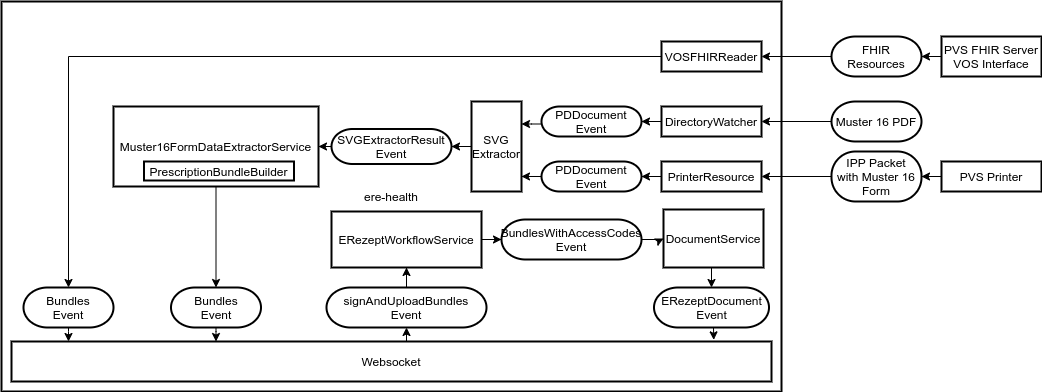
Above: img/internal-structure.png in ere-health/architecture (draw.io), before the change. Source tidied: cells renumbered, new cells last; positions are measured from the earlier drawing's top-left corner, leaving out a move shared by most shapes. Its diagram source:
```xml
<mxGraphModel>
  <root>
    <mxCell id="0" />
    <mxCell id="1" parent="0" />
    <mxCell id="2" value="ere-health" style="shape=agent;offsetSize=8;strokeWidth=2;" parent="1" vertex="1">
      <mxGeometry width="780" height="390" as="geometry" />
    </mxCell>
    <mxCell id="3" style="edgeStyle=orthogonalEdgeStyle;rounded=0;jettySize=auto;html=1;" parent="1" edge="1" source="4" target="41">
      <mxGeometry relative="1" as="geometry">
        <Array as="points">
          <mxPoint x="405" y="330" />
          <mxPoint x="405" y="330" />
        </Array>
      </mxGeometry>
    </mxCell>
    <mxCell id="4" value="Websocket" style="shape=agent;offsetSize=8;strokeWidth=2;" parent="1" vertex="1">
      <mxGeometry x="10" y="340" width="760" height="40" as="geometry" />
    </mxCell>
    <mxCell id="5" style="edgeStyle=orthogonalEdgeStyle;rounded=0;jettySize=auto;html=1;" parent="1" edge="1" source="6" target="4">
      <mxGeometry relative="1" as="geometry">
        <Array as="points">
          <mxPoint x="215" y="330" />
          <mxPoint x="215" y="330" />
        </Array>
      </mxGeometry>
    </mxCell>
    <mxCell id="6" value="Bundles&lt;br&gt;Event" style="rounded=1;whiteSpace=wrap;html=1;arcSize=60;strokeWidth=2;" parent="1" vertex="1">
      <mxGeometry x="169.5" y="286" width="90" height="40" as="geometry" />
    </mxCell>
    <mxCell id="7" style="edgeStyle=orthogonalEdgeStyle;rounded=0;jettySize=auto;html=1;" parent="1" edge="1" source="8" target="26">
      <mxGeometry relative="1" as="geometry" />
    </mxCell>
    <mxCell id="8" value="PrinterResource" style="shape=agent;offsetSize=8;strokeWidth=2;" parent="1" vertex="1">
      <mxGeometry x="660" y="160" width="100" height="30" as="geometry" />
    </mxCell>
    <mxCell id="9" style="edgeStyle=orthogonalEdgeStyle;rounded=0;jettySize=auto;html=1;" parent="1" edge="1" source="10" target="8">
      <mxGeometry relative="1" as="geometry" />
    </mxCell>
    <mxCell id="10" value="IPP Packet&lt;br&gt;with Muster 16 Form" style="rounded=1;whiteSpace=wrap;html=1;arcSize=48;strokeWidth=2;" parent="1" vertex="1">
      <mxGeometry x="830" y="150" width="90" height="50" as="geometry" />
    </mxCell>
    <mxCell id="11" style="edgeStyle=orthogonalEdgeStyle;rounded=0;jettySize=auto;html=1;" parent="1" edge="1" source="12" target="24">
      <mxGeometry relative="1" as="geometry" />
    </mxCell>
    <mxCell id="12" value="DirectoryWatcher" style="shape=agent;offsetSize=8;strokeWidth=2;" parent="1" vertex="1">
      <mxGeometry x="660" y="105" width="100" height="30" as="geometry" />
    </mxCell>
    <mxCell id="13" style="edgeStyle=orthogonalEdgeStyle;rounded=0;jettySize=auto;html=1;" parent="1" edge="1" source="14" target="12">
      <mxGeometry relative="1" as="geometry" />
    </mxCell>
    <mxCell id="14" value="Muster 16 PDF" style="rounded=1;whiteSpace=wrap;html=1;arcSize=60;strokeWidth=2;" parent="1" vertex="1">
      <mxGeometry x="830" y="100" width="90" height="40" as="geometry" />
    </mxCell>
    <mxCell id="15" style="edgeStyle=orthogonalEdgeStyle;rounded=0;jettySize=auto;html=1;" parent="1" edge="1" source="16" target="18">
      <mxGeometry relative="1" as="geometry" />
    </mxCell>
    <mxCell id="16" value="FHIR Resources" style="rounded=1;whiteSpace=wrap;html=1;arcSize=60;strokeWidth=2;" parent="1" vertex="1">
      <mxGeometry x="830" y="35" width="90" height="40" as="geometry" />
    </mxCell>
    <mxCell id="17" style="edgeStyle=orthogonalEdgeStyle;rounded=0;jettySize=auto;html=1;" parent="1" edge="1" source="18" target="37">
      <mxGeometry relative="1" as="geometry" />
    </mxCell>
    <mxCell id="18" value="VOSFHIRReader" style="shape=agent;offsetSize=8;strokeWidth=2;" parent="1" vertex="1">
      <mxGeometry x="660" y="40" width="100" height="30" as="geometry" />
    </mxCell>
    <mxCell id="19" style="edgeStyle=orthogonalEdgeStyle;rounded=0;jettySize=auto;html=1;" parent="1" edge="1" source="20" target="16">
      <mxGeometry relative="1" as="geometry" />
    </mxCell>
    <mxCell id="20" value="PVS FHIR Server&#10;VOS Interface" style="shape=agent;offsetSize=8;strokeWidth=2;" parent="1" vertex="1">
      <mxGeometry x="940" y="35" width="100" height="40" as="geometry" />
    </mxCell>
    <mxCell id="21" style="edgeStyle=orthogonalEdgeStyle;rounded=0;jettySize=auto;html=1;" parent="1" edge="1" source="22" target="10">
      <mxGeometry relative="1" as="geometry" />
    </mxCell>
    <mxCell id="22" value="PVS Printer" style="shape=agent;offsetSize=8;strokeWidth=2;" parent="1" vertex="1">
      <mxGeometry x="940" y="160" width="100" height="30" as="geometry" />
    </mxCell>
    <mxCell id="23" style="edgeStyle=orthogonalEdgeStyle;rounded=0;jettySize=auto;html=1;entryX=1;entryY=0.25;entryDx=0;entryDy=0;" parent="1" edge="1" source="24" target="28">
      <mxGeometry relative="1" as="geometry">
        <Array as="points">
          <mxPoint x="530" y="123" />
        </Array>
      </mxGeometry>
    </mxCell>
    <mxCell id="24" value="PDDocument&lt;br&gt;Event" style="rounded=1;whiteSpace=wrap;html=1;arcSize=60;strokeWidth=2;" parent="1" vertex="1">
      <mxGeometry x="540" y="105" width="100" height="30" as="geometry" />
    </mxCell>
    <mxCell id="25" style="edgeStyle=orthogonalEdgeStyle;rounded=0;jettySize=auto;html=1;entryX=1;entryY=0.833;entryDx=0;entryDy=0;entryPerimeter=0;" parent="1" edge="1" source="26" target="28">
      <mxGeometry relative="1" as="geometry" />
    </mxCell>
    <mxCell id="26" value="PDDocument&lt;br&gt;Event" style="rounded=1;whiteSpace=wrap;html=1;arcSize=60;strokeWidth=2;" parent="1" vertex="1">
      <mxGeometry x="540" y="160" width="100" height="30" as="geometry" />
    </mxCell>
    <mxCell id="27" style="edgeStyle=orthogonalEdgeStyle;rounded=0;jettySize=auto;html=1;" parent="1" edge="1" source="28" target="30">
      <mxGeometry relative="1" as="geometry" />
    </mxCell>
    <mxCell id="28" value="SVG&#10;Extractor" style="shape=agent;offsetSize=8;strokeWidth=2;" parent="1" vertex="1">
      <mxGeometry x="470" y="100" width="50" height="90" as="geometry" />
    </mxCell>
    <mxCell id="29" style="edgeStyle=orthogonalEdgeStyle;rounded=0;jettySize=auto;html=1;" parent="1" edge="1" source="30" target="34">
      <mxGeometry relative="1" as="geometry" />
    </mxCell>
    <mxCell id="30" value="SVGExtractorResult&lt;br&gt;Event" style="rounded=1;whiteSpace=wrap;html=1;arcSize=60;strokeWidth=2;" parent="1" vertex="1">
      <mxGeometry x="330" y="127.5" width="120" height="35" as="geometry" />
    </mxCell>
    <mxCell id="31" style="edgeStyle=orthogonalEdgeStyle;rounded=0;jettySize=auto;html=1;entryX=0;entryY=0.5;entryDx=0;entryDy=0;" parent="1" edge="1" source="32" target="43">
      <mxGeometry relative="1" as="geometry" />
    </mxCell>
    <mxCell id="32" value="ERezeptWorkflowService" style="shape=agent;offsetSize=8;strokeWidth=2;" parent="1" vertex="1">
      <mxGeometry x="330" y="210" width="150" height="56" as="geometry" />
    </mxCell>
    <mxCell id="33" style="edgeStyle=orthogonalEdgeStyle;rounded=0;jettySize=auto;html=1;" parent="1" edge="1" source="34" target="6">
      <mxGeometry relative="1" as="geometry" />
    </mxCell>
    <mxCell id="34" value="Muster16FormDataExtractorService" style="shape=agent;offsetSize=8;strokeWidth=2;" parent="1" vertex="1">
      <mxGeometry x="112" y="105" width="205" height="80" as="geometry" />
    </mxCell>
    <mxCell id="35" value="PrescriptionBundleBuilder" style="shape=agent;offsetSize=8;strokeWidth=2;" parent="1" vertex="1">
      <mxGeometry x="142.5" y="160" width="150" height="19" as="geometry" />
    </mxCell>
    <mxCell id="36" style="edgeStyle=orthogonalEdgeStyle;rounded=0;jettySize=auto;html=1;" parent="1" edge="1" source="37" target="4">
      <mxGeometry relative="1" as="geometry">
        <Array as="points">
          <mxPoint x="67" y="330" />
          <mxPoint x="67" y="330" />
        </Array>
      </mxGeometry>
    </mxCell>
    <mxCell id="37" value="Bundles&lt;br&gt;Event" style="rounded=1;whiteSpace=wrap;html=1;arcSize=60;strokeWidth=2;" parent="1" vertex="1">
      <mxGeometry x="22" y="286" width="90" height="40" as="geometry" />
    </mxCell>
    <mxCell id="38" style="edgeStyle=orthogonalEdgeStyle;rounded=0;jettySize=auto;html=1;entryX=0.5;entryY=0;entryDx=0;entryDy=0;" parent="1" edge="1" source="39" target="45">
      <mxGeometry relative="1" as="geometry">
        <Array as="points">
          <mxPoint x="710" y="280" />
          <mxPoint x="710" y="280" />
        </Array>
      </mxGeometry>
    </mxCell>
    <mxCell id="39" value="DocumentService" style="shape=agent;offsetSize=8;strokeWidth=2;" parent="1" vertex="1">
      <mxGeometry x="662" y="208" width="100" height="58" as="geometry" />
    </mxCell>
    <mxCell id="40" style="edgeStyle=orthogonalEdgeStyle;rounded=0;jettySize=auto;html=1;entryX=0.5;entryY=1;entryDx=0;entryDy=0;" parent="1" edge="1" source="41" target="32">
      <mxGeometry relative="1" as="geometry" />
    </mxCell>
    <mxCell id="41" value="signAndUploadBundles&lt;br&gt;Event" style="rounded=1;whiteSpace=wrap;html=1;arcSize=60;strokeWidth=2;" parent="1" vertex="1">
      <mxGeometry x="325" y="286" width="160" height="40" as="geometry" />
    </mxCell>
    <mxCell id="42" style="edgeStyle=orthogonalEdgeStyle;rounded=0;jettySize=auto;html=1;entryX=0;entryY=0.5;entryDx=0;entryDy=0;" parent="1" edge="1" source="43" target="39">
      <mxGeometry relative="1" as="geometry" />
    </mxCell>
    <mxCell id="43" value="BundlesWithAccessCodes&lt;br&gt;Event" style="rounded=1;whiteSpace=wrap;html=1;arcSize=60;strokeWidth=2;" parent="1" vertex="1">
      <mxGeometry x="500" y="218" width="140" height="40" as="geometry" />
    </mxCell>
    <mxCell id="44" style="edgeStyle=orthogonalEdgeStyle;rounded=0;jettySize=auto;html=1;entryX=0.924;entryY=-0.041;entryDx=0;entryDy=0;entryPerimeter=0;" parent="1" edge="1" source="45" target="4">
      <mxGeometry relative="1" as="geometry">
        <Array as="points">
          <mxPoint x="712" y="326" />
          <mxPoint x="712" y="326" />
        </Array>
      </mxGeometry>
    </mxCell>
    <mxCell id="45" value="ERezeptDocument&lt;br&gt;Event" style="rounded=1;whiteSpace=wrap;html=1;arcSize=60;strokeWidth=2;" parent="1" vertex="1">
      <mxGeometry x="652.5" y="286" width="115" height="40" as="geometry" />
    </mxCell>
  </root>
</mxGraphModel>
```
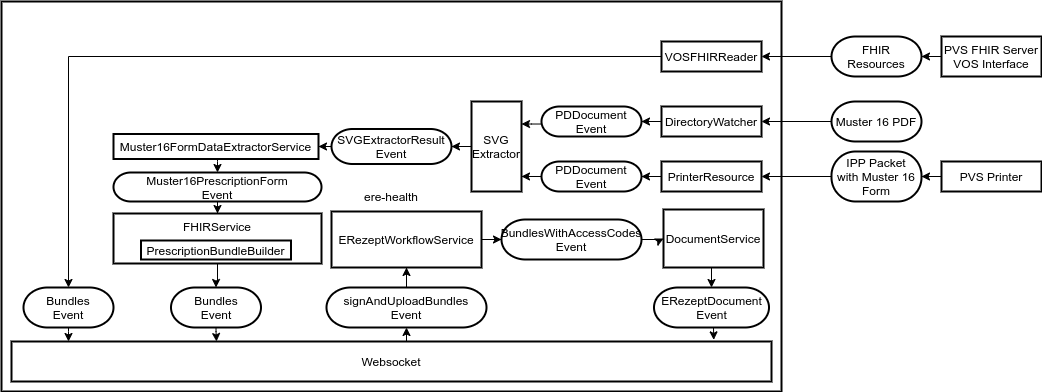
Above is the later version.

Commit message:
Added most recent documentation

The edit, as a diff of the source:
```diff
@@ -109,15 +109,17 @@
     <mxCell id="32" value="ERezeptWorkflowService" style="shape=agent;offsetSize=8;strokeWidth=2;" parent="1" vertex="1">
       <mxGeometry x="330" y="210" width="150" height="56" as="geometry" />
     </mxCell>
-    <mxCell id="33" style="edgeStyle=orthogonalEdgeStyle;rounded=0;jettySize=auto;html=1;" parent="1" edge="1" source="34" target="6">
-      <mxGeometry relative="1" as="geometry" />
-    </mxCell>
+    <mxCell id="46" style="edgeStyle=orthogonalEdgeStyle;rounded=0;jettySize=auto;html=1;entryX=0.5;entryY=0;entryDx=0;entryDy=0;" parent="1" edge="1" source="34" target="48">
+      <mxGeometry relative="1" as="geometry">
+        <Array as="points">
+          <mxPoint x="216" y="160" />
+          <mxPoint x="216" y="160" />
+        </Array>
+      </mxGeometry>
+    </mxCell>
     <mxCell id="34" value="Muster16FormDataExtractorService" style="shape=agent;offsetSize=8;strokeWidth=2;" parent="1" vertex="1">
-      <mxGeometry x="112" y="105" width="205" height="80" as="geometry" />
+      <mxGeometry x="112" y="132.5" width="205" height="25" as="geometry" />
     </mxCell>
-    <mxCell id="35" value="PrescriptionBundleBuilder" style="shape=agent;offsetSize=8;strokeWidth=2;" parent="1" vertex="1">
-      <mxGeometry x="142.5" y="160" width="150" height="19" as="geometry" />
-    </mxCell>
     <mxCell id="36" style="edgeStyle=orthogonalEdgeStyle;rounded=0;jettySize=auto;html=1;" parent="1" edge="1" source="37" target="4">
       <mxGeometry relative="1" as="geometry">
         <Array as="points">
@@ -163,5 +165,20 @@
     <mxCell id="45" value="ERezeptDocument&lt;br&gt;Event" style="rounded=1;whiteSpace=wrap;html=1;arcSize=60;strokeWidth=2;" parent="1" vertex="1">
       <mxGeometry x="652.5" y="286" width="115" height="40" as="geometry" />
     </mxCell>
+    <mxCell id="47" style="edgeStyle=orthogonalEdgeStyle;rounded=0;jettySize=auto;html=1;" parent="1" edge="1" source="48" target="50">
+      <mxGeometry relative="1" as="geometry" />
+    </mxCell>
+    <mxCell id="48" value="Muster16PrescriptionForm&lt;br&gt;Event" style="rounded=1;whiteSpace=wrap;html=1;arcSize=60;strokeWidth=2;" parent="1" vertex="1">
+      <mxGeometry x="112" y="171" width="208" height="29" as="geometry" />
+    </mxCell>
+    <mxCell id="49" style="edgeStyle=orthogonalEdgeStyle;rounded=0;jettySize=auto;html=1;entryX=0.5;entryY=0;entryDx=0;entryDy=0;" parent="1" edge="1" source="50" target="6">
+      <mxGeometry relative="1" as="geometry" />
+    </mxCell>
+    <mxCell id="50" value="FHIRService" style="shape=agent;offsetSize=8;strokeWidth=2;verticalAlign=top;" parent="1" vertex="1">
+      <mxGeometry x="112" y="212" width="208" height="50" as="geometry" />
+    </mxCell>
+    <mxCell id="35" value="PrescriptionBundleBuilder" style="shape=agent;offsetSize=8;strokeWidth=2;" parent="1" vertex="1">
+      <mxGeometry x="139.5" y="239" width="150" height="19" as="geometry" />
+    </mxCell>
   </root>
 </mxGraphModel>
```
